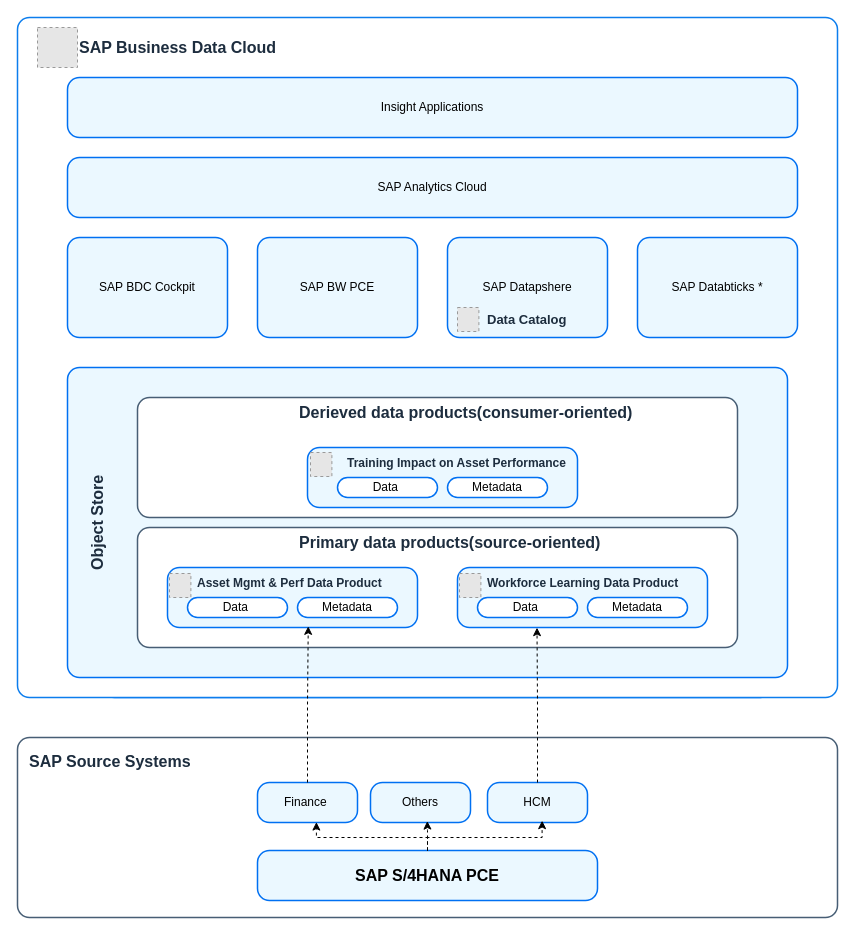
Above: page "Page-1" (1 of 2) of docs/ref-arch/RA0013/1-data-products-in-sap-business-data-cloud/drawio/bdc-dataproduct1.drawio in SAP/architecture-center (draw.io), before the change. Source tidied: cells renumbered, new cells numbered last; positions are measured from the earlier drawing's top-left corner, leaving out a move shared by most shapes. Both pictures are drawn from the tidied source at 100%, with x=0, y=0 at pixel (17, 17). Pictures stored in the file or linked from it are replaced by grey dashed boxes.
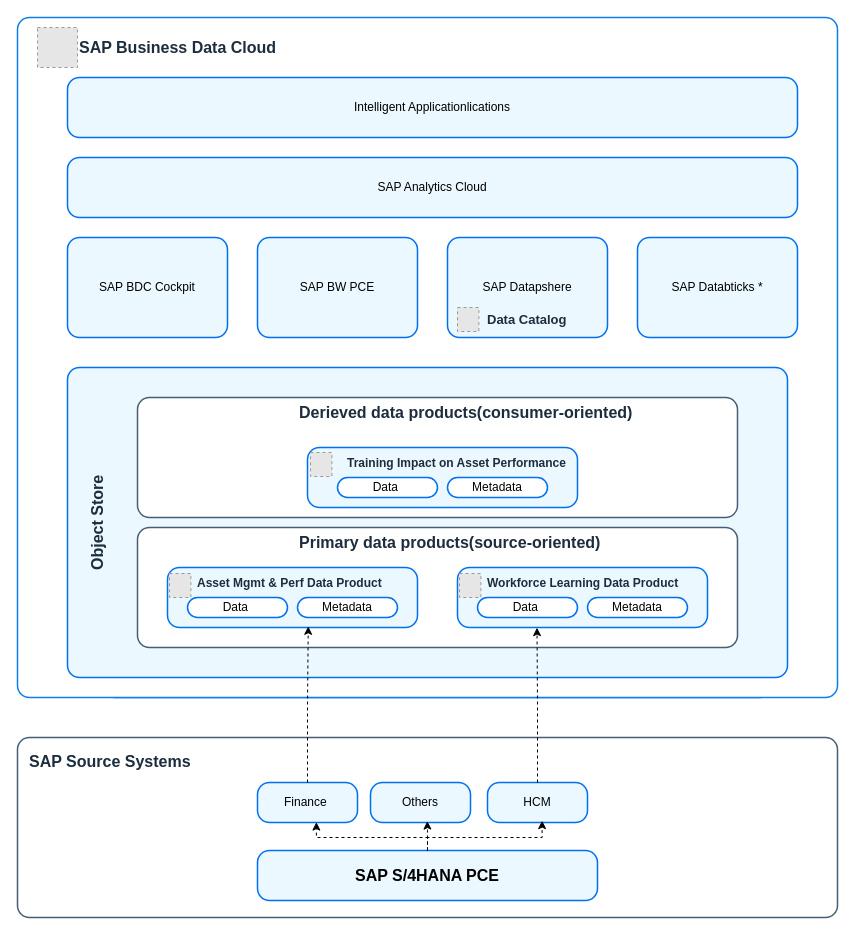
The same page after the edit.

Commit message (it also covers changes not shown here):
refactor SAP BDC and Intelligent Application usage

What changed in the source:
```diff
@@
-    <mxCell id="43" value="Insight Applications" style="rounded=1;whiteSpace=wrap;html=1;strokeColor=#0070F2;fillColor=#EBF8FF;arcSize=24;absoluteArcSize=1;imageWidth=64;imageHeight=64;strokeWidth=1.5;" parent="1" vertex="1">
+    <mxCell id="43" value="Intelligent Applicationlications" style="rounded=1;whiteSpace=wrap;html=1;strokeColor=#0070F2;fillColor=#EBF8FF;arcSize=24;absoluteArcSize=1;imageWidth=64;imageHeight=64;strokeWidth=1.5;" parent="1" vertex="1">
       <mxGeometry x="50" y="60" width="730" height="60" as="geometry" />
     </mxCell>
```
